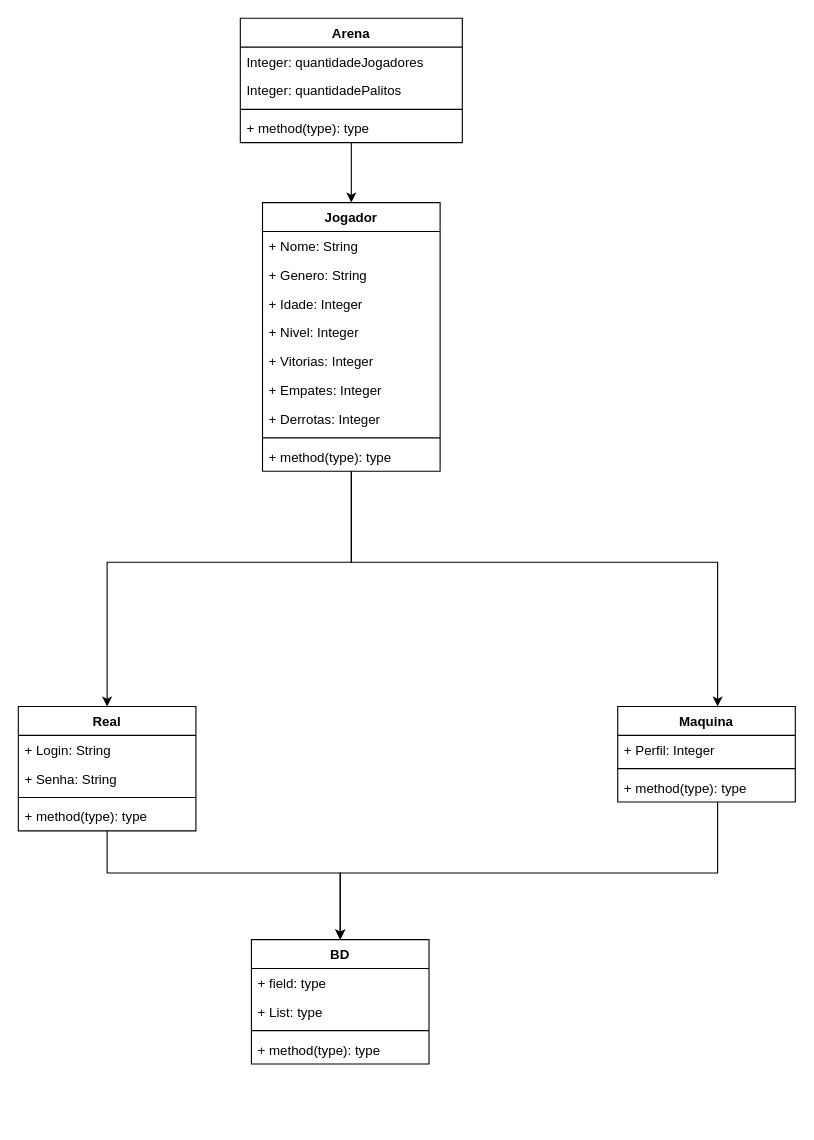
lrochawl/cursoemvideo-html5 keeps this draw.io diagram as Untitled Diagram.drawio. Above is the earlier version. Source tidied: cells renumbered, new cells numbered last; positions are measured from the earlier drawing's top-left corner, leaving out a move shared by most shapes. Both pictures are drawn from the tidied source at 111%, with x=0, y=0 at pixel (18, 18).
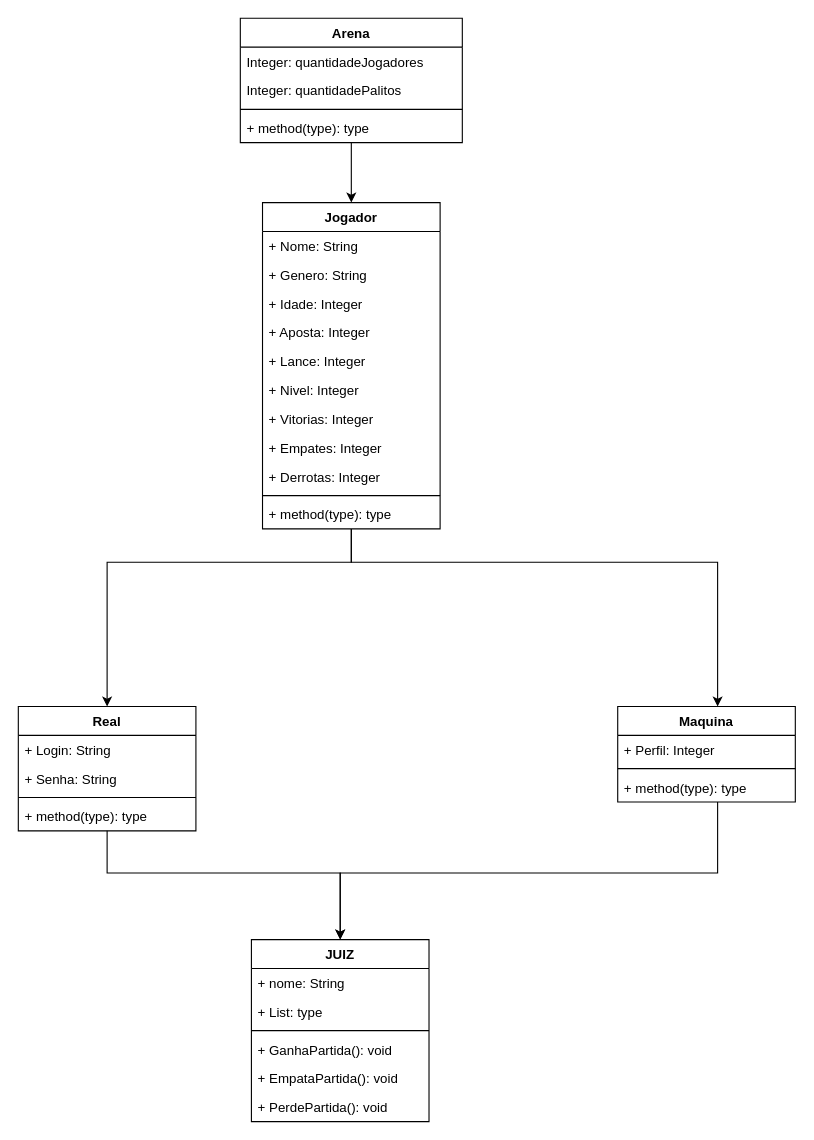
Above is the later version.

Diff of the diagram source:
```diff
@@
     <mxCell id="10" value="Jogador" style="swimlane;fontStyle=1;align=center;verticalAlign=top;horizontal=1;startSize=26;" parent="1" vertex="1">
-      <mxGeometry x="220" y="166" width="160" height="242" as="geometry" />
+      <mxGeometry x="220" y="166" width="160" height="294" as="geometry" />
     </mxCell>
@@
+    <mxCell id="36" value="+ Aposta: Integer" style="text;strokeColor=none;fillColor=none;align=left;verticalAlign=top;spacingLeft=4;spacingRight=4;overflow=hidden;" parent="10" vertex="1">
+      <mxGeometry y="104" width="160" height="26" as="geometry" />
+    </mxCell>
+    <mxCell id="37" value="+ Lance: Integer" style="text;strokeColor=none;fillColor=none;align=left;verticalAlign=top;spacingLeft=4;spacingRight=4;overflow=hidden;" parent="10" vertex="1">
+      <mxGeometry y="130" width="160" height="26" as="geometry" />
+    </mxCell>
     <mxCell id="14" value="+ Nivel: Integer" style="text;strokeColor=none;fillColor=none;align=left;verticalAlign=top;spacingLeft=4;spacingRight=4;overflow=hidden;" parent="10" vertex="1">
-      <mxGeometry y="104" width="160" height="26" as="geometry" />
+      <mxGeometry y="156" width="160" height="26" as="geometry" />
     </mxCell>
     <mxCell id="15" value="+ Vitorias: Integer" style="text;strokeColor=none;fillColor=none;align=left;verticalAlign=top;spacingLeft=4;spacingRight=4;overflow=hidden;" parent="10" vertex="1">
-      <mxGeometry y="130" width="160" height="26" as="geometry" />
+      <mxGeometry y="182" width="160" height="26" as="geometry" />
     </mxCell>
     <mxCell id="16" value="+ Empates: Integer" style="text;strokeColor=none;fillColor=none;align=left;verticalAlign=top;spacingLeft=4;spacingRight=4;overflow=hidden;" parent="10" vertex="1">
-      <mxGeometry y="156" width="160" height="26" as="geometry" />
+      <mxGeometry y="208" width="160" height="26" as="geometry" />
     </mxCell>
     <mxCell id="17" value="+ Derrotas: Integer" style="text;strokeColor=none;fillColor=none;align=left;verticalAlign=top;spacingLeft=4;spacingRight=4;overflow=hidden;" parent="10" vertex="1">
-      <mxGeometry y="182" width="160" height="26" as="geometry" />
+      <mxGeometry y="234" width="160" height="26" as="geometry" />
     </mxCell>
     <mxCell id="18" style="line;strokeWidth=1;fillColor=none;align=left;verticalAlign=middle;spacingTop=-1;spacingLeft=3;spacingRight=3;labelPosition=right;" parent="10" vertex="1">
-      <mxGeometry y="208" width="160" height="8" as="geometry" />
+      <mxGeometry y="260" width="160" height="8" as="geometry" />
     </mxCell>
     <mxCell id="19" value="+ method(type): type" style="text;strokeColor=none;fillColor=none;align=left;verticalAlign=top;spacingLeft=4;spacingRight=4;overflow=hidden;" parent="10" vertex="1">
-      <mxGeometry y="216" width="160" height="26" as="geometry" />
+      <mxGeometry y="268" width="160" height="26" as="geometry" />
     </mxCell>
@@
-    <mxCell id="31" value="BD" style="swimlane;fontStyle=1;align=center;verticalAlign=top;horizontal=1;startSize=26;" parent="1" vertex="1">
-      <mxGeometry x="210" y="830" width="160" height="112" as="geometry" />
+    <mxCell id="31" value="JUIZ" style="swimlane;fontStyle=1;align=center;verticalAlign=top;horizontal=1;startSize=26;" parent="1" vertex="1">
+      <mxGeometry x="210" y="830" width="160" height="164" as="geometry" />
     </mxCell>
-    <mxCell id="32" value="+ field: type" style="text;strokeColor=none;fillColor=none;align=left;verticalAlign=top;spacingLeft=4;spacingRight=4;overflow=hidden;" parent="31" vertex="1">
+    <mxCell id="32" value="+ nome: String" style="text;strokeColor=none;fillColor=none;align=left;verticalAlign=top;spacingLeft=4;spacingRight=4;overflow=hidden;" parent="31" vertex="1">
       <mxGeometry y="26" width="160" height="26" as="geometry" />
     </mxCell>
@@
-    <mxCell id="35" value="+ method(type): type" style="text;strokeColor=none;fillColor=none;align=left;verticalAlign=top;spacingLeft=4;spacingRight=4;overflow=hidden;" parent="31" vertex="1">
+    <mxCell id="35" value="+ GanhaPartida(): void" style="text;strokeColor=none;fillColor=none;align=left;verticalAlign=top;spacingLeft=4;spacingRight=4;overflow=hidden;" parent="31" vertex="1">
       <mxGeometry y="86" width="160" height="26" as="geometry" />
     </mxCell>
+    <mxCell id="38" value="+ EmpataPartida(): void" style="text;strokeColor=none;fillColor=none;align=left;verticalAlign=top;spacingLeft=4;spacingRight=4;overflow=hidden;" parent="31" vertex="1">
+      <mxGeometry y="112" width="160" height="26" as="geometry" />
+    </mxCell>
+    <mxCell id="39" value="+ PerdePartida(): void" style="text;strokeColor=none;fillColor=none;align=left;verticalAlign=top;spacingLeft=4;spacingRight=4;overflow=hidden;" parent="31" vertex="1">
+      <mxGeometry y="138" width="160" height="26" as="geometry" />
+    </mxCell>
```
